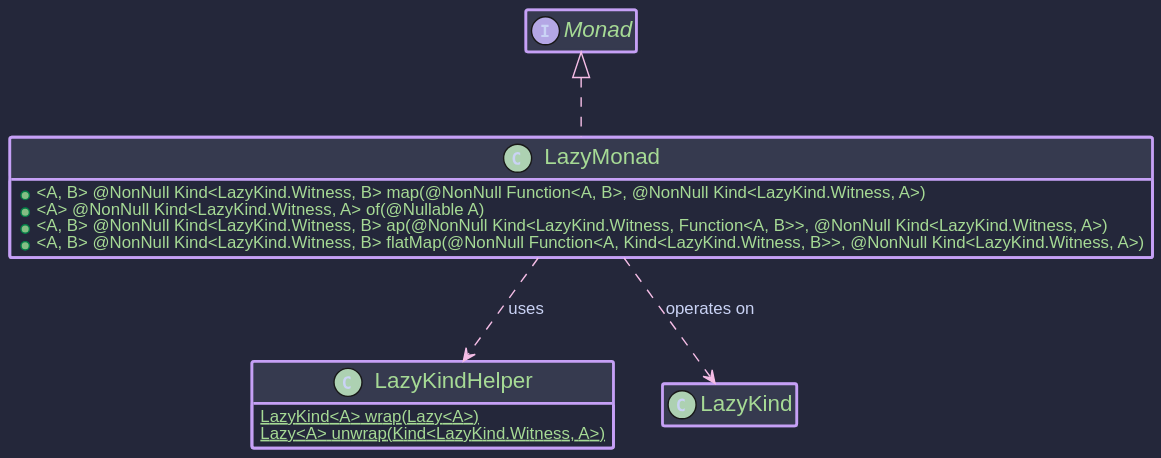
higher-kinded-j/higher-kinded-j keeps this PlantUML diagram as hkj-book/src/images/puml/lazy_monad.svg. Above is the earlier version.
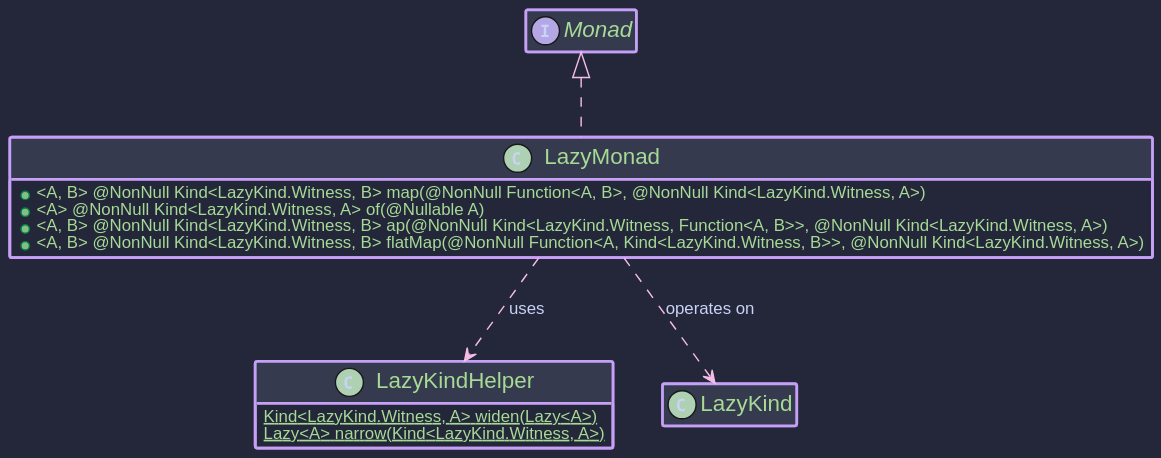
The same file after the commit.

Change to the diagram source:
```diff
@@ -5,8 +5,8 @@
 
 
 class LazyKindHelper {
- {static} LazyKind<A> wrap(Lazy<A>)
- {static} Lazy<A> unwrap(Kind<LazyKind.Witness, A>)
+ {static} Kind<LazyKind.Witness, A> widen(Lazy<A>)
+ {static} Lazy<A> narrow(Kind<LazyKind.Witness, A>)
 }
 
 class LazyMonad implements Monad<LazyKind.Witness> {
```
